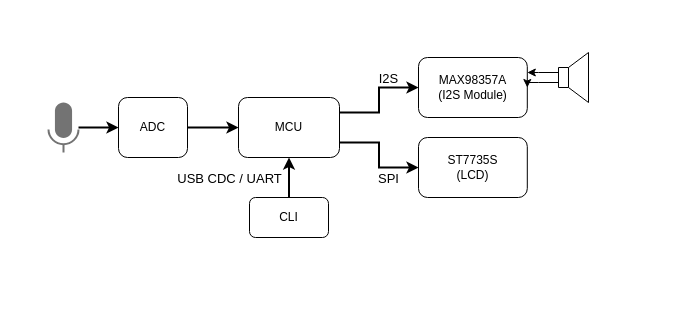
shoenkh15324/Visualizer keeps this draw.io diagram as 시스템 블럭도.drawio. Above is the earlier version. Source tidied: cells renumbered, new cells numbered last; positions are measured from the earlier drawing's top-left corner, leaving out a move shared by most shapes. Both pictures are drawn from the tidied source at 100%, with x=0, y=0 at pixel (48, 52).
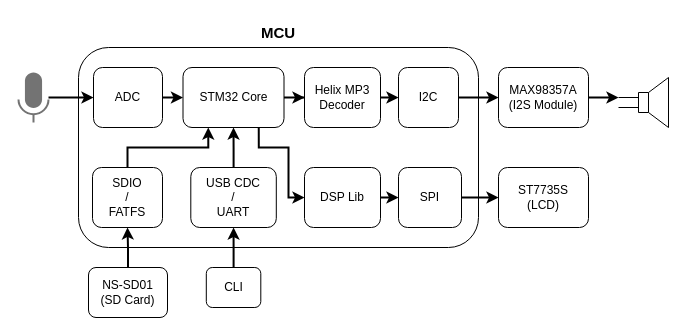
The same diagram, later.

The edit, as a diff of the source:
```diff
@@
-    <mxCell id="2" style="edgeStyle=orthogonalEdgeStyle;rounded=0;jettySize=auto;html=1;exitX=1;exitY=0.25;exitDx=0;exitDy=0;entryX=0;entryY=0.5;entryDx=0;entryDy=0;strokeWidth=2;" parent="1" edge="1" source="6" target="7">
-      <mxGeometry relative="1" as="geometry" />
-    </mxCell>
-    <mxCell id="3" value="&lt;font style=&quot;font-size: 13px;&quot;&gt;I2S&lt;/font&gt;" style="edgeLabel;html=1;align=center;verticalAlign=middle;fontSize=13;" parent="2" vertex="1">
-      <mxGeometry x="0.44" y="-3" relative="1" as="geometry">
-        <mxPoint x="-2" y="-13" as="offset" />
-      </mxGeometry>
-    </mxCell>
-    <mxCell id="4" style="edgeStyle=orthogonalEdgeStyle;rounded=0;jettySize=auto;html=1;exitX=1;exitY=0.75;exitDx=0;exitDy=0;entryX=0;entryY=0.5;entryDx=0;entryDy=0;strokeWidth=2;" parent="1" edge="1" source="6" target="8">
-      <mxGeometry relative="1" as="geometry" />
-    </mxCell>
-    <mxCell id="5" value="SPI" style="edgeLabel;html=1;align=center;verticalAlign=middle;points=[];fontSize=13;" parent="4" vertex="1">
-      <mxGeometry x="0.48" y="2" relative="1" as="geometry">
-        <mxPoint x="-4" y="12" as="offset" />
-      </mxGeometry>
-    </mxCell>
+    <mxCell id="19" style="rounded=1;whiteSpace=wrap;html=1;" parent="1" vertex="1">
+      <mxGeometry x="30" y="-5" width="400" height="200" as="geometry" />
+    </mxCell>
+    <mxCell id="20" style="edgeStyle=orthogonalEdgeStyle;rounded=0;jettySize=auto;html=1;entryX=0;entryY=0.5;entryDx=0;entryDy=0;strokeWidth=2;" parent="1" edge="1" source="6" target="31">
+      <mxGeometry relative="1" as="geometry" />
+    </mxCell>
+    <mxCell id="21" style="edgeStyle=orthogonalEdgeStyle;rounded=0;jettySize=auto;html=1;exitX=0.75;exitY=1;exitDx=0;exitDy=0;entryX=0;entryY=0.5;entryDx=0;entryDy=0;strokeWidth=2;" parent="1" edge="1" source="6" target="32">
+      <mxGeometry relative="1" as="geometry">
+        <Array as="points">
+          <mxPoint x="210" y="95" />
+          <mxPoint x="240" y="95" />
+          <mxPoint x="240" y="145" />
+        </Array>
+      </mxGeometry>
+    </mxCell>
-    <mxCell id="6" value="MCU" style="rounded=1;whiteSpace=wrap;html=1;" parent="1" vertex="1">
-      <mxGeometry x="190" y="45" width="101" height="60" as="geometry" />
+    <mxCell id="6" value="STM32 Core" style="rounded=1;whiteSpace=wrap;html=1;" parent="1" vertex="1">
+      <mxGeometry x="134.5" y="15" width="101" height="60" as="geometry" />
     </mxCell>
     <mxCell id="7" value="MAX98357A&lt;br&gt;(I2S Module)" style="rounded=1;whiteSpace=wrap;html=1;" parent="1" vertex="1">
-      <mxGeometry x="370" y="5" width="108.8" height="60" as="geometry" />
+      <mxGeometry x="450" y="15" width="90" height="60" as="geometry" />
     </mxCell>
     <mxCell id="8" value="ST7735S&lt;br&gt;(LCD)" style="rounded=1;whiteSpace=wrap;html=1;" parent="1" vertex="1">
-      <mxGeometry x="370" y="85" width="108.8" height="60" as="geometry" />
+      <mxGeometry x="450" y="115" width="90" height="60" as="geometry" />
     </mxCell>
-    <mxCell id="9" style="edgeStyle=orthogonalEdgeStyle;rounded=0;jettySize=auto;html=1;entryX=1;entryY=0.25;entryDx=0;entryDy=0;exitX=0;exitY=0.4;exitDx=0;exitDy=0;exitPerimeter=0;" parent="1" edge="1" source="11" target="7">
-      <mxGeometry relative="1" as="geometry" />
-    </mxCell>
-    <mxCell id="10" style="edgeStyle=orthogonalEdgeStyle;rounded=0;jettySize=auto;html=1;exitX=0;exitY=0.6;exitDx=0;exitDy=0;exitPerimeter=0;entryX=1;entryY=0.5;entryDx=0;entryDy=0;" parent="1" edge="1" source="11" target="7">
-      <mxGeometry relative="1" as="geometry" />
-    </mxCell>
     <mxCell id="11" style="verticalLabelPosition=bottom;shadow=0;dashed=0;align=center;html=1;verticalAlign=top;shape=mxgraph.electrical.electro-mechanical.loudspeaker;" parent="1" vertex="1">
-      <mxGeometry x="490" width="50" height="50" as="geometry" />
+      <mxGeometry x="570" y="25" width="50" height="50" as="geometry" />
     </mxCell>
@@
     <mxCell id="13" value="ADC" style="rounded=1;whiteSpace=wrap;html=1;" parent="1" vertex="1">
-      <mxGeometry x="70" y="45" width="69" height="60" as="geometry" />
+      <mxGeometry x="45" y="15" width="69" height="60" as="geometry" />
     </mxCell>
@@
     <mxCell id="15" style="html=1;dashed=0;verticalLabelPosition=bottom;verticalAlign=top;align=center;shape=mxgraph.gmdl.voice;strokeColor=#737373;fillColor=#737373;shadow=0;strokeWidth=2;sketch=0;" parent="1" vertex="1">
-      <mxGeometry y="50" width="30" height="50" as="geometry" />
+      <mxGeometry x="-30" y="20" width="30" height="50" as="geometry" />
     </mxCell>
-    <mxCell id="16" style="edgeStyle=orthogonalEdgeStyle;rounded=0;jettySize=auto;html=1;entryX=0.5;entryY=1;entryDx=0;entryDy=0;strokeWidth=2;" parent="1" edge="1" source="18" target="6">
-      <mxGeometry relative="1" as="geometry" />
-    </mxCell>
+    <mxCell id="22" style="edgeStyle=orthogonalEdgeStyle;rounded=0;jettySize=auto;html=1;entryX=0.5;entryY=1;entryDx=0;entryDy=0;strokeWidth=2;" parent="1" edge="1" source="18" target="17">
+      <mxGeometry relative="1" as="geometry" />
+    </mxCell>
+    <mxCell id="18" value="CLI" style="rounded=1;whiteSpace=wrap;html=1;" parent="1" vertex="1">
+      <mxGeometry x="157.8" y="215" width="54.5" height="40" as="geometry" />
+    </mxCell>
+    <mxCell id="23" style="edgeStyle=orthogonalEdgeStyle;rounded=0;jettySize=auto;html=1;entryX=0;entryY=0.5;entryDx=0;entryDy=0;strokeWidth=2;" parent="1" edge="1" source="24" target="7">
+      <mxGeometry relative="1" as="geometry" />
+    </mxCell>
+    <mxCell id="24" value="I2C" style="rounded=1;whiteSpace=wrap;html=1;" parent="1" vertex="1">
+      <mxGeometry x="350" y="15" width="60" height="60" as="geometry" />
+    </mxCell>
+    <mxCell id="25" style="edgeStyle=orthogonalEdgeStyle;rounded=0;jettySize=auto;html=1;strokeWidth=2;" parent="1" edge="1" source="5" target="8">
+      <mxGeometry relative="1" as="geometry" />
+    </mxCell>
+    <mxCell id="5" value="SPI" style="rounded=1;whiteSpace=wrap;html=1;" parent="1" vertex="1">
+      <mxGeometry x="350" y="115" width="63" height="60" as="geometry" />
+    </mxCell>
+    <mxCell id="26" style="edgeStyle=orthogonalEdgeStyle;rounded=0;jettySize=auto;html=1;entryX=0.25;entryY=1;entryDx=0;entryDy=0;strokeWidth=2;" parent="1" edge="1" source="27" target="6">
+      <mxGeometry relative="1" as="geometry">
+        <Array as="points">
+          <mxPoint x="79" y="95" />
+          <mxPoint x="160" y="95" />
+        </Array>
+      </mxGeometry>
+    </mxCell>
+    <mxCell id="27" value="SDIO&lt;br&gt;/&lt;br&gt;FATFS" style="rounded=1;whiteSpace=wrap;html=1;" parent="1" vertex="1">
+      <mxGeometry x="44" y="115" width="70" height="60" as="geometry" />
+    </mxCell>
+    <mxCell id="28" style="edgeStyle=orthogonalEdgeStyle;rounded=0;jettySize=auto;html=1;entryX=0.5;entryY=1;entryDx=0;entryDy=0;strokeWidth=2;" parent="1" edge="1" source="17" target="6">
+      <mxGeometry relative="1" as="geometry" />
+    </mxCell>
-    <mxCell id="17" value="USB CDC / UART" style="edgeLabel;html=1;align=center;verticalAlign=middle;points=[];fontSize=13;" parent="16" vertex="1">
-      <mxGeometry x="0.34" y="1" relative="1" as="geometry">
-        <mxPoint x="-59" y="7" as="offset" />
-      </mxGeometry>
+    <mxCell id="17" value="USB CDC&lt;br&gt;/&lt;br&gt;UART" style="rounded=1;whiteSpace=wrap;html=1;" parent="1" vertex="1">
+      <mxGeometry x="142.3" y="115" width="85.5" height="60" as="geometry" />
     </mxCell>
-    <mxCell id="18" value="CLI" style="rounded=1;whiteSpace=wrap;html=1;" parent="1" vertex="1">
-      <mxGeometry x="201" y="145" width="79" height="40" as="geometry" />
-    </mxCell>
+    <mxCell id="29" style="edgeStyle=orthogonalEdgeStyle;rounded=0;jettySize=auto;html=1;entryX=0.5;entryY=1;entryDx=0;entryDy=0;strokeWidth=2;" parent="1" edge="1" source="30" target="27">
+      <mxGeometry relative="1" as="geometry" />
+    </mxCell>
+    <mxCell id="30" value="NS-SD01&lt;br&gt;(SD Card)" style="rounded=1;whiteSpace=wrap;html=1;" parent="1" vertex="1">
+      <mxGeometry x="40" y="215" width="79" height="50" as="geometry" />
+    </mxCell>
+    <mxCell id="31" value="Helix MP3 Decoder" style="rounded=1;whiteSpace=wrap;html=1;" parent="1" vertex="1">
+      <mxGeometry x="256" y="15" width="76" height="60" as="geometry" />
+    </mxCell>
+    <mxCell id="32" value="DSP Lib" style="rounded=1;whiteSpace=wrap;html=1;" parent="1" vertex="1">
+      <mxGeometry x="256" y="115" width="76" height="60" as="geometry" />
+    </mxCell>
+    <mxCell id="33" style="endArrow=classic;html=1;rounded=0;entryX=0;entryY=0.5;entryDx=0;entryDy=0;exitX=1;exitY=0.5;exitDx=0;exitDy=0;strokeWidth=2;" parent="1" edge="1" source="31" target="24">
+      <mxGeometry relative="1" as="geometry" />
+    </mxCell>
+    <mxCell id="34" style="edgeStyle=orthogonalEdgeStyle;rounded=0;jettySize=auto;html=1;entryX=0;entryY=0.4;entryDx=0;entryDy=0;entryPerimeter=0;strokeWidth=2;" parent="1" edge="1" source="7" target="11">
+      <mxGeometry relative="1" as="geometry" />
+    </mxCell>
+    <mxCell id="35" style="endArrow=classic;html=1;rounded=0;entryX=0;entryY=0.5;entryDx=0;entryDy=0;exitX=1;exitY=0.5;exitDx=0;exitDy=0;strokeWidth=2;" parent="1" edge="1" source="32" target="5">
+      <mxGeometry relative="1" as="geometry" />
+    </mxCell>
+    <mxCell id="36" value="&lt;b style=&quot;font-size: 15px;&quot;&gt;MCU&lt;/b&gt;" style="text;html=1;align=center;verticalAlign=middle;whiteSpace=wrap;rounded=0;fontSize=15;" parent="1" vertex="1">
+      <mxGeometry x="200" y="-35" width="60" height="30" as="geometry" />
+    </mxCell>
```
